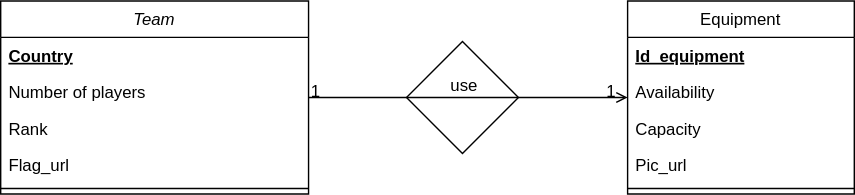
Before: OWWC_structure.drawio.svg, a diagram exported from draw.io (adamadong/OWWC_en_Django). Source tidied: cells renumbered, new cells last; positions are measured from the earlier drawing's top-left corner, leaving out a move shared by most shapes.
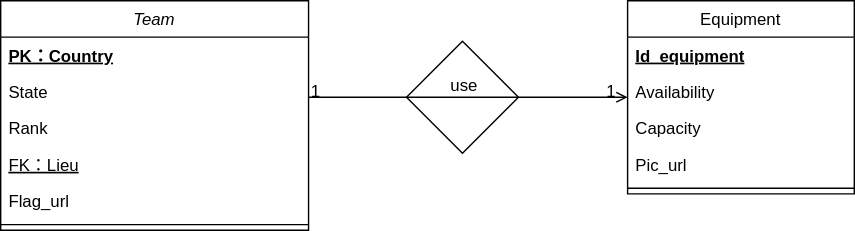
Later version of the same file.

Change to the diagram source:
```diff
@@ -6,22 +6,25 @@
       <mxGeometry x="290" y="29" width="80" height="80" as="geometry" />
     </mxCell>
     <mxCell id="3" value="Team" style="swimlane;fontStyle=2;align=center;verticalAlign=top;horizontal=1;startSize=26;rounded=0;shadow=0;strokeWidth=1;" parent="1" vertex="1">
-      <mxGeometry width="220" height="138" as="geometry" />
+      <mxGeometry width="220" height="164" as="geometry" />
     </mxCell>
-    <mxCell id="4" value="Country" style="text;align=left;verticalAlign=top;spacingLeft=4;spacingRight=4;overflow=hidden;fontStyle=5;" parent="3" vertex="1">
+    <mxCell id="4" value="PK：Country" style="text;align=left;verticalAlign=top;spacingLeft=4;spacingRight=4;overflow=hidden;fontStyle=5;" parent="3" vertex="1">
       <mxGeometry y="26" width="220" height="26" as="geometry" />
     </mxCell>
-    <mxCell id="5" value="Number of players" style="text;align=left;verticalAlign=top;spacingLeft=4;spacingRight=4;overflow=hidden;rounded=0;shadow=0;html=0;" parent="3" vertex="1">
+    <mxCell id="5" value="State" style="text;align=left;verticalAlign=top;spacingLeft=4;spacingRight=4;overflow=hidden;rounded=0;shadow=0;html=0;" parent="3" vertex="1">
       <mxGeometry y="52" width="220" height="26" as="geometry" />
     </mxCell>
     <mxCell id="6" value="Rank" style="text;align=left;verticalAlign=top;spacingLeft=4;spacingRight=4;overflow=hidden;rounded=0;shadow=0;html=0;" parent="3" vertex="1">
       <mxGeometry y="78" width="220" height="26" as="geometry" />
     </mxCell>
+    <mxCell id="19" value="FK：Lieu" style="text;align=left;verticalAlign=top;spacingLeft=4;spacingRight=4;overflow=hidden;rounded=0;shadow=0;html=0;fontStyle=4;" parent="3" vertex="1">
+      <mxGeometry y="104" width="220" height="26" as="geometry" />
+    </mxCell>
     <mxCell id="7" value="Flag_url" style="text;align=left;verticalAlign=top;spacingLeft=4;spacingRight=4;overflow=hidden;rounded=0;shadow=0;html=0;" parent="3" vertex="1">
-      <mxGeometry y="104" width="220" height="26" as="geometry" />
+      <mxGeometry y="130" width="220" height="26" as="geometry" />
     </mxCell>
     <mxCell id="8" style="line;html=1;strokeWidth=1;align=left;verticalAlign=middle;spacingTop=-1;spacingLeft=3;spacingRight=3;labelPosition=right;" parent="3" vertex="1">
-      <mxGeometry y="130" width="220" height="8" as="geometry" />
+      <mxGeometry y="156" width="220" height="8" as="geometry" />
     </mxCell>
     <mxCell id="9" value="Equipment" style="swimlane;fontStyle=0;align=center;verticalAlign=top;horizontal=1;startSize=26;rounded=0;shadow=0;strokeWidth=1;" parent="1" vertex="1">
       <mxGeometry x="448" width="162" height="138" as="geometry" />
```
